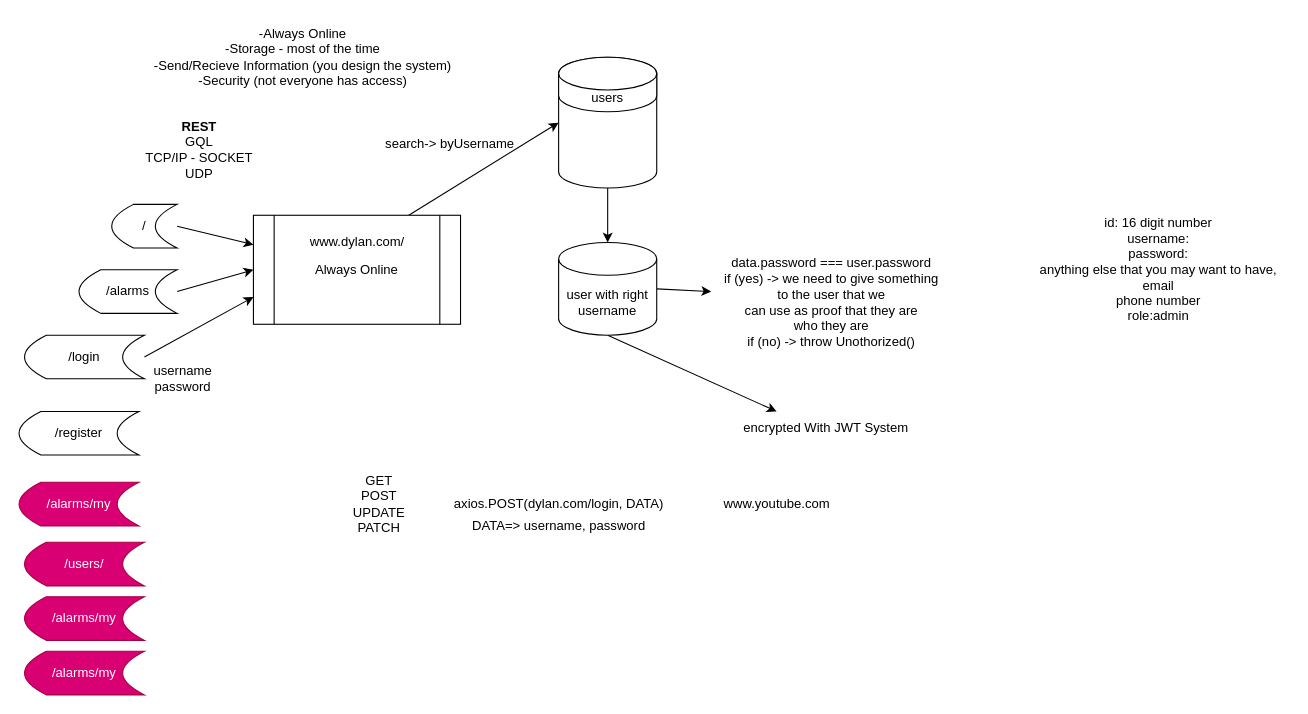
Earlier version of the draw.io diagram documentation/server.drawio (dbird07/app). Source tidied: cells renumbered, new cells numbered last; positions are measured from the earlier drawing's top-left corner, leaving out a move shared by most shapes. Both pictures are drawn from the tidied source at 109%, with x=0, y=0 at pixel (19, 19).
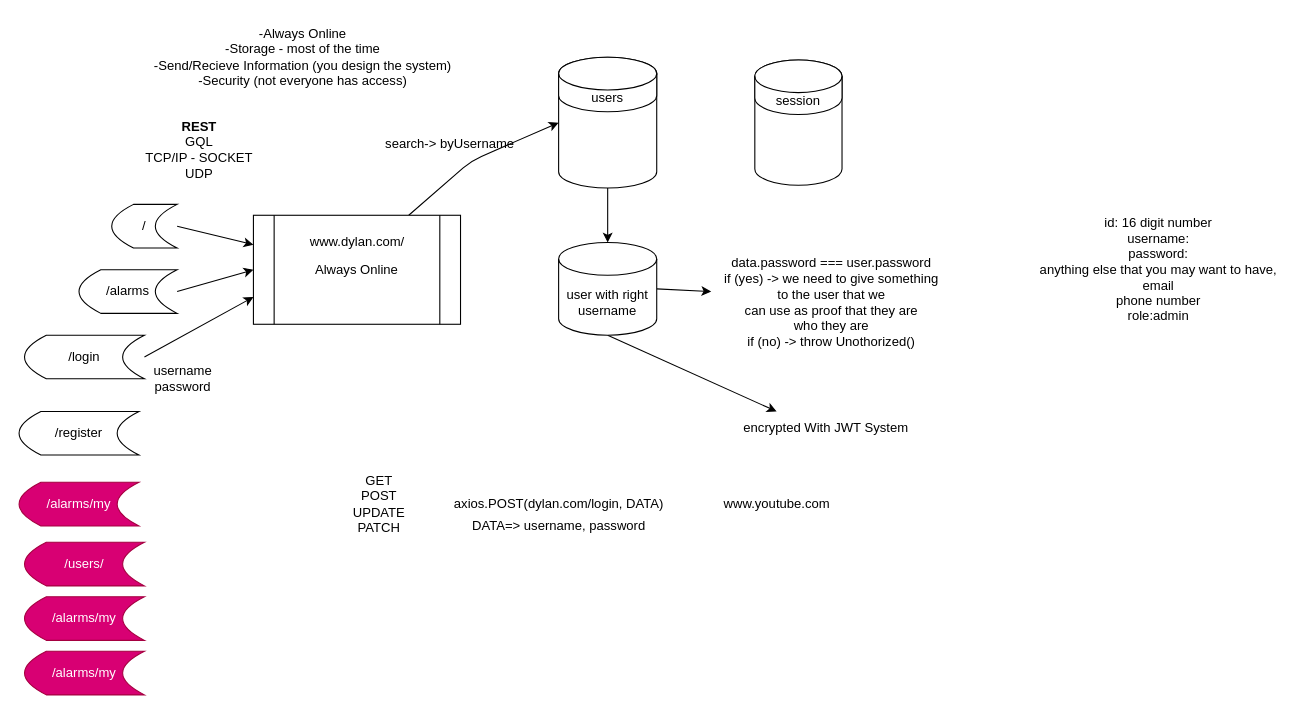
The same page after the edit.

Commit message:
auth system explained

Unchanged cells that the change refers to:
```xml
<mxCell id="4" value="Always Online" style="shape=process;whiteSpace=wrap;html=1;backgroundOutline=1;" parent="1" vertex="1">
  <mxGeometry x="215" y="180" width="190" height="100" as="geometry" />
</mxCell>
<mxCell id="19" style="shape=cylinder3;whiteSpace=wrap;html=1;boundedLbl=1;backgroundOutline=1;size=15;" parent="1" vertex="1">
  <mxGeometry x="495" y="35" width="90" height="120" as="geometry" />
</mxCell>
```

Diff of the diagram source:
```diff
@@
     <mxCell id="3" style="edgeStyle=none;html=1;exitX=0.75;exitY=0;exitDx=0;exitDy=0;entryX=0;entryY=0.5;entryDx=0;entryDy=0;entryPerimeter=0;" parent="1" edge="1" source="4" target="19">
-      <mxGeometry relative="1" as="geometry" />
+      <mxGeometry relative="1" as="geometry">
+        <Array as="points">
+          <mxPoint x="415" y="130" />
+        </Array>
+      </mxGeometry>
     </mxCell>
@@
+    <mxCell id="33" style="shape=cylinder3;whiteSpace=wrap;html=1;boundedLbl=1;backgroundOutline=1;size=15;" parent="1" vertex="1">
+      <mxGeometry x="675" y="37.5" width="80" height="115" as="geometry" />
+    </mxCell>
+    <mxCell id="34" value="session" style="shape=cylinder3;whiteSpace=wrap;html=1;boundedLbl=1;backgroundOutline=1;size=15;" parent="1" vertex="1">
+      <mxGeometry x="675" y="37.5" width="80" height="50" as="geometry" />
+    </mxCell>
```
